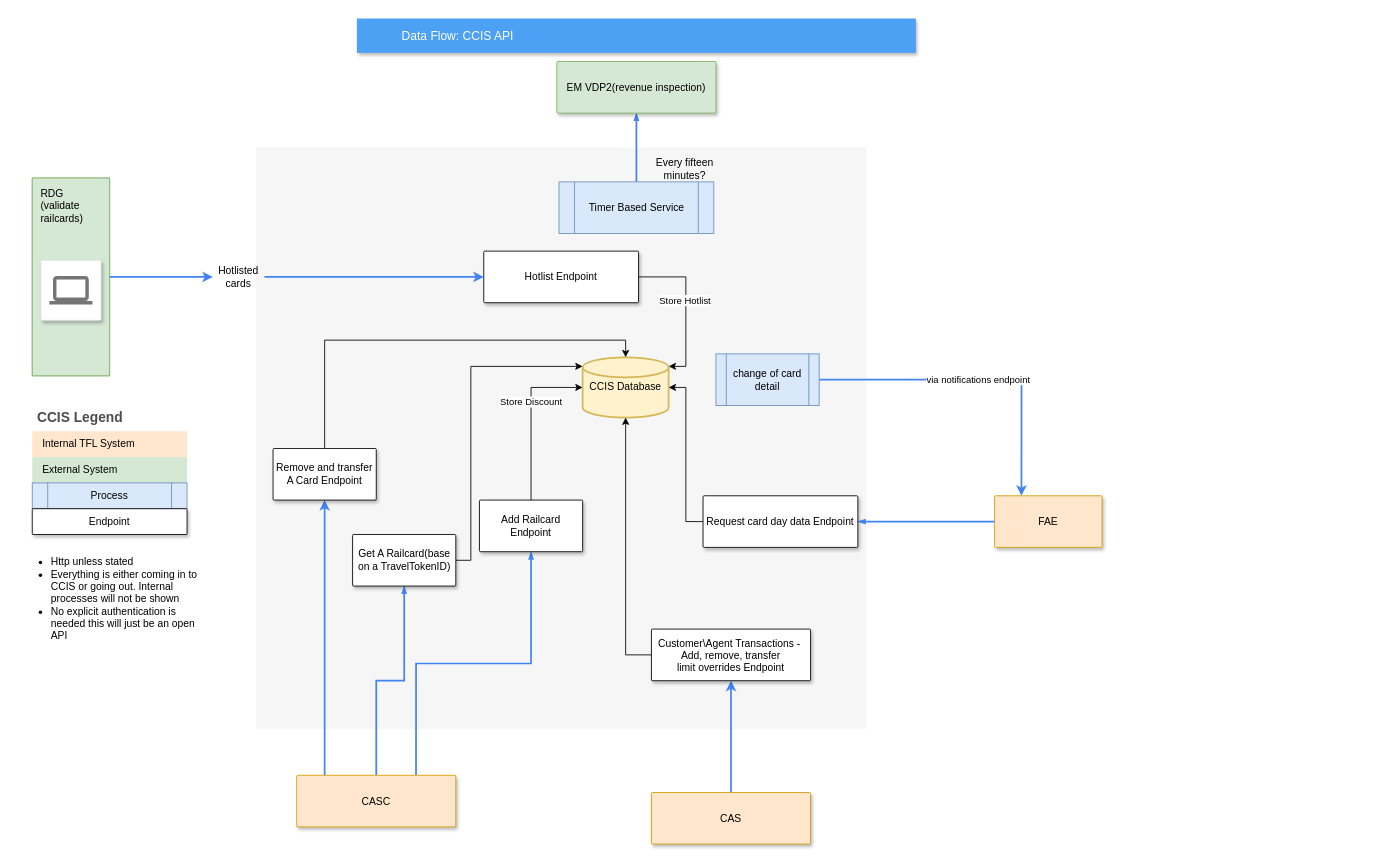
Before: CCIS.drawio in mattwatts36/drawings, a draw.io diagram. Source tidied: cells renumbered, new cells numbered last; positions are measured from the earlier drawing's top-left corner, leaving out a move shared by most shapes. Both pictures are drawn from the tidied source at 86%, with x=0, y=0 at pixel (15, 18).
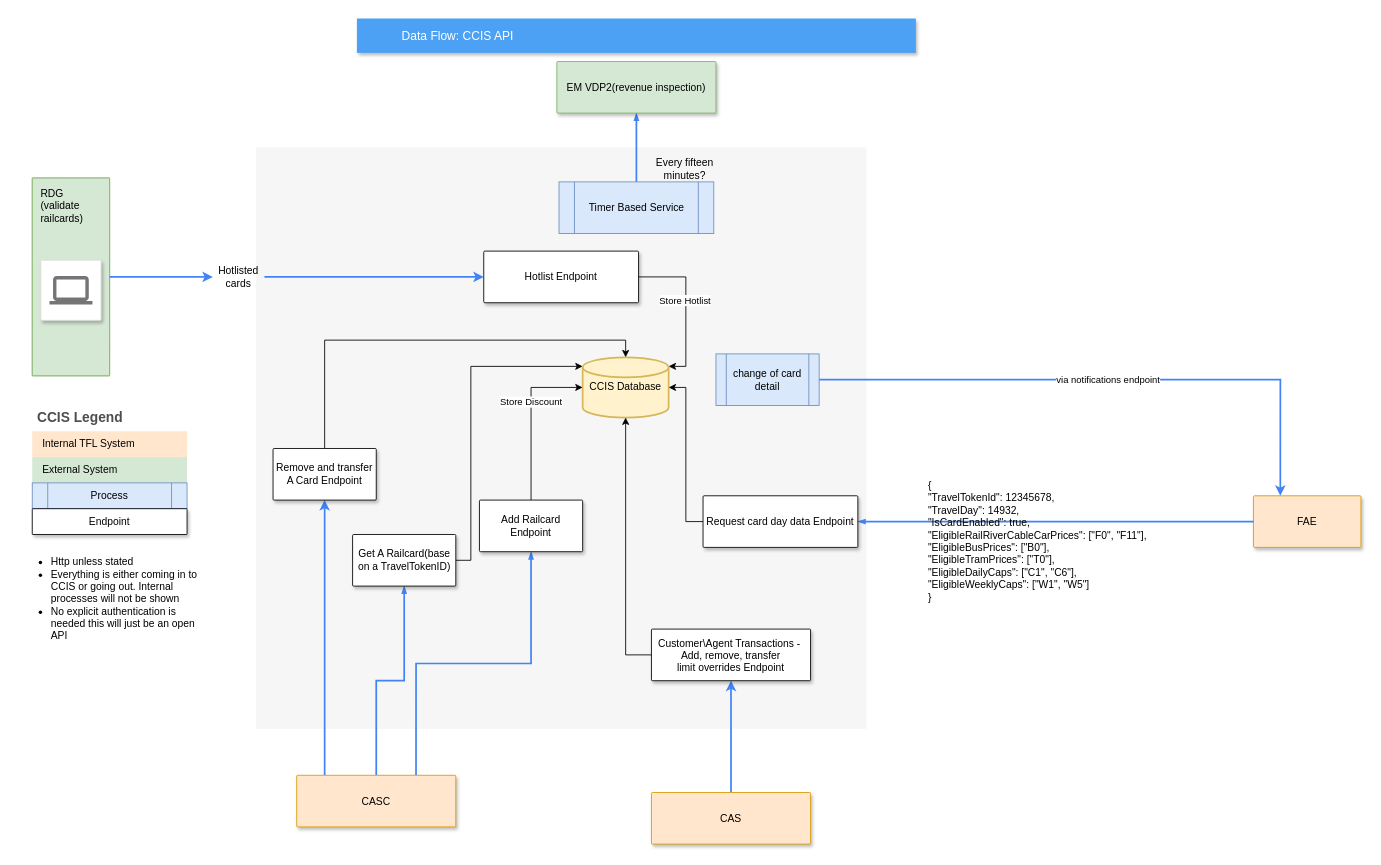
The same diagram, later.

Diff of the diagram source:
```diff
@@
     <mxCell id="15" value="FAE" style="strokeColor=#d79b00;shadow=1;strokeWidth=1;rounded=1;absoluteArcSize=1;arcSize=2;fillColor=#ffe6cc;" parent="1" vertex="1">
-      <mxGeometry x="1139" y="555" width="125" height="60" as="geometry" />
+      <mxGeometry x="1440" y="555" width="125" height="60" as="geometry" />
     </mxCell>
@@
+    <mxCell id="48" value="&lt;span class=&quot;hljs-punctuation&quot;&gt;{&lt;/span&gt;&#10;  &lt;span class=&quot;hljs-attr&quot;&gt;&quot;TravelTokenId&quot;&lt;/span&gt;&lt;span class=&quot;hljs-punctuation&quot;&gt;:&lt;/span&gt; &lt;span class=&quot;hljs-number&quot;&gt;12345678&lt;/span&gt;&lt;span class=&quot;hljs-punctuation&quot;&gt;,&lt;/span&gt;&#10;  &lt;span class=&quot;hljs-attr&quot;&gt;&quot;TravelDay&quot;&lt;/span&gt;&lt;span class=&quot;hljs-punctuation&quot;&gt;:&lt;/span&gt; &lt;span class=&quot;hljs-number&quot;&gt;14932&lt;/span&gt;&lt;span class=&quot;hljs-punctuation&quot;&gt;,&lt;/span&gt;&#10;  &lt;span class=&quot;hljs-attr&quot;&gt;&quot;IsCardEnabled&quot;&lt;/span&gt;&lt;span class=&quot;hljs-punctuation&quot;&gt;:&lt;/span&gt; &lt;span class=&quot;hljs-literal&quot;&gt;&lt;span class=&quot;hljs-keyword&quot;&gt;true&lt;/span&gt;&lt;/span&gt;&lt;span class=&quot;hljs-punctuation&quot;&gt;,&lt;/span&gt;&#10;  &lt;span class=&quot;hljs-attr&quot;&gt;&quot;EligibleRailRiverCableCarPrices&quot;&lt;/span&gt;&lt;span class=&quot;hljs-punctuation&quot;&gt;:&lt;/span&gt; &lt;span class=&quot;hljs-punctuation&quot;&gt;[&lt;/span&gt;&lt;span class=&quot;hljs-string&quot;&gt;&quot;F0&quot;&lt;/span&gt;&lt;span class=&quot;hljs-punctuation&quot;&gt;,&lt;/span&gt; &lt;span class=&quot;hljs-string&quot;&gt;&quot;F11&quot;&lt;/span&gt;&lt;span class=&quot;hljs-punctuation&quot;&gt;]&lt;/span&gt;&lt;span class=&quot;hljs-punctuation&quot;&gt;,&lt;/span&gt;&#10;  &lt;span class=&quot;hljs-attr&quot;&gt;&quot;EligibleBusPrices&quot;&lt;/span&gt;&lt;span class=&quot;hljs-punctuation&quot;&gt;:&lt;/span&gt; &lt;span class=&quot;hljs-punctuation&quot;&gt;[&lt;/span&gt;&lt;span class=&quot;hljs-string&quot;&gt;&quot;B0&quot;&lt;/span&gt;&lt;span class=&quot;hljs-punctuation&quot;&gt;]&lt;/span&gt;&lt;span class=&quot;hljs-punctuation&quot;&gt;,&lt;/span&gt;&#10;  &lt;span class=&quot;hljs-attr&quot;&gt;&quot;EligibleTramPrices&quot;&lt;/span&gt;&lt;span class=&quot;hljs-punctuation&quot;&gt;:&lt;/span&gt; &lt;span class=&quot;hljs-punctuation&quot;&gt;[&lt;/span&gt;&lt;span class=&quot;hljs-string&quot;&gt;&quot;T0&quot;&lt;/span&gt;&lt;span class=&quot;hljs-punctuation&quot;&gt;]&lt;/span&gt;&lt;span class=&quot;hljs-punctuation&quot;&gt;,&lt;/span&gt;&#10;  &lt;span class=&quot;hljs-attr&quot;&gt;&quot;EligibleDailyCaps&quot;&lt;/span&gt;&lt;span class=&quot;hljs-punctuation&quot;&gt;:&lt;/span&gt; &lt;span class=&quot;hljs-punctuation&quot;&gt;[&lt;/span&gt;&lt;span class=&quot;hljs-string&quot;&gt;&quot;C1&quot;&lt;/span&gt;&lt;span class=&quot;hljs-punctuation&quot;&gt;,&lt;/span&gt; &lt;span class=&quot;hljs-string&quot;&gt;&quot;C6&quot;&lt;/span&gt;&lt;span class=&quot;hljs-punctuation&quot;&gt;]&lt;/span&gt;&lt;span class=&quot;hljs-punctuation&quot;&gt;,&lt;/span&gt;&#10;  &lt;span class=&quot;hljs-attr&quot;&gt;&quot;EligibleWeeklyCaps&quot;&lt;/span&gt;&lt;span class=&quot;hljs-punctuation&quot;&gt;:&lt;/span&gt; &lt;span class=&quot;hljs-punctuation&quot;&gt;[&lt;/span&gt;&lt;span class=&quot;hljs-string&quot;&gt;&quot;W1&quot;&lt;/span&gt;&lt;span class=&quot;hljs-punctuation&quot;&gt;,&lt;/span&gt; &lt;span class=&quot;hljs-string&quot;&gt;&quot;W5&quot;&lt;/span&gt;&lt;span class=&quot;hljs-punctuation&quot;&gt;]&lt;/span&gt;&#10;&lt;span class=&quot;hljs-punctuation&quot;&gt;}&lt;/span&gt;" style="text;whiteSpace=wrap;html=1;" parent="1" vertex="1">
+      <mxGeometry x="1060" y="530" width="260" height="140" as="geometry" />
+    </mxCell>
```
